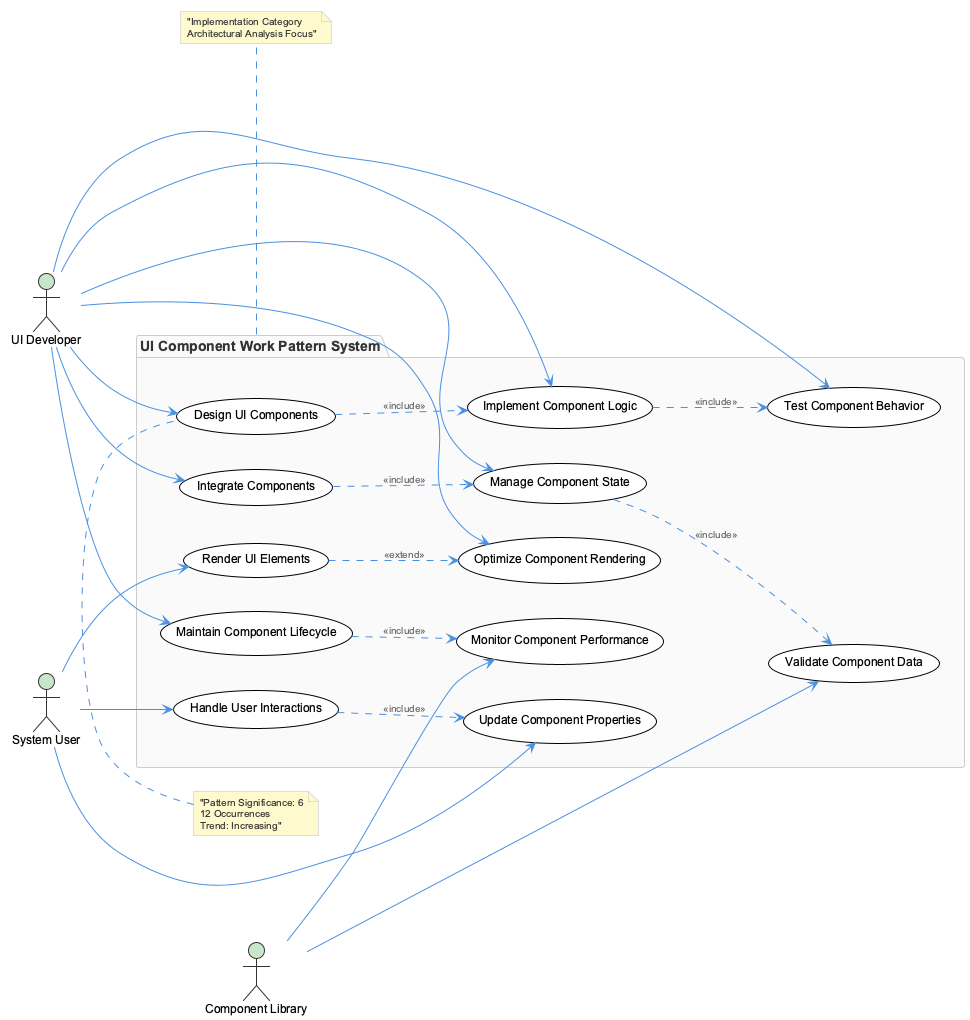
Earlier version of the PlantUML export knowledge-management/insights/images/ui-component-work-pattern-use-cases.png (fwornle/coding).
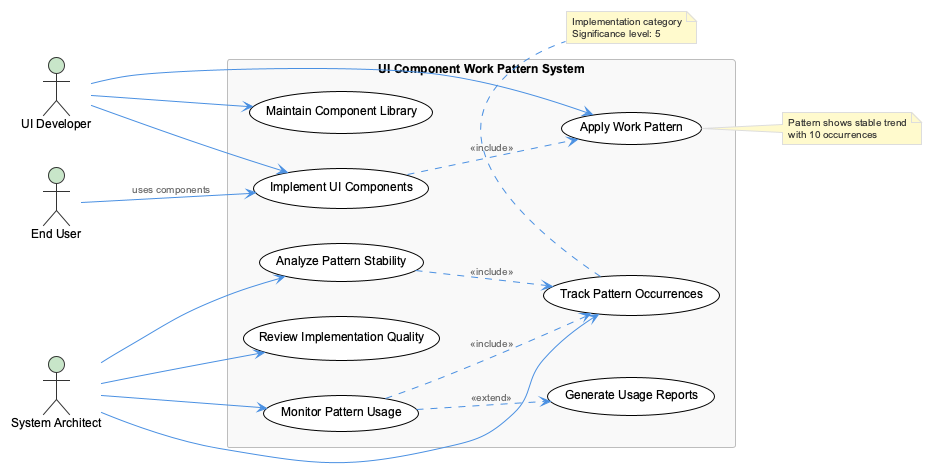
After the change.

The edit, as a diff of the source:
```diff
@@ -4,48 +4,37 @@
 left to right direction
 
 actor "UI Developer" as dev
-actor "System User" as user
-actor "Component Library" as lib
+actor "System Architect" as arch
+actor "End User" as user
 
-package "UI Component Work Pattern System" {
-    usecase "Design UI Components" as design
-    usecase "Implement Component Logic" as implement
-    usecase "Test Component Behavior" as test
-    usecase "Integrate Components" as integrate
-    usecase "Manage Component State" as state
-    usecase "Handle User Interactions" as interactions
-    usecase "Render UI Elements" as render
-    usecase "Update Component Properties" as update
-    usecase "Validate Component Data" as validate
-    usecase "Monitor Component Performance" as monitor
-    usecase "Maintain Component Lifecycle" as lifecycle
-    usecase "Optimize Component Rendering" as optimize
+rectangle "UI Component Work Pattern System" {
+  usecase "Implement UI Components" as implement
+  usecase "Apply Work Pattern" as apply
+  usecase "Monitor Pattern Usage" as monitor
+  usecase "Analyze Pattern Stability" as analyze
+  usecase "Maintain Component Library" as maintain
+  usecase "Review Implementation Quality" as review
+  usecase "Track Pattern Occurrences" as track
+  usecase "Generate Usage Reports" as reports
 }
 
-dev --> design
 dev --> implement
-dev --> test
-dev --> integrate
-dev --> state
-dev --> lifecycle
-dev --> optimize
+dev --> apply
+dev --> maintain
 
-user --> interactions
-user --> render
-user --> update
+arch --> monitor
+arch --> analyze
+arch --> review
+arch --> track
 
-lib --> validate
-lib --> monitor
+user --> implement : uses components
 
-design ..> implement : <<include>>
-implement ..> test : <<include>>
-integrate ..> state : <<include>>
-interactions ..> update : <<include>>
-render ..> optimize : <<extend>>
-state ..> validate : <<include>>
-lifecycle ..> monitor : <<include>>
+implement ..> apply : <<include>>
+monitor ..> track : <<include>>
+analyze ..> track : <<include>>
+monitor ..> reports : <<extend>>
 
-note top of design : "Pattern Significance: 6\n12 Occurrences\nTrend: Increasing"
-note bottom of "UI Component Work Pattern System" : "Implementation Category\nArchitectural Analysis Focus"
+note right of apply : Pattern shows stable trend\nwith 10 occurrences
+note bottom of track : Implementation category\nSignificance level: 5
 
 @enduml
```
